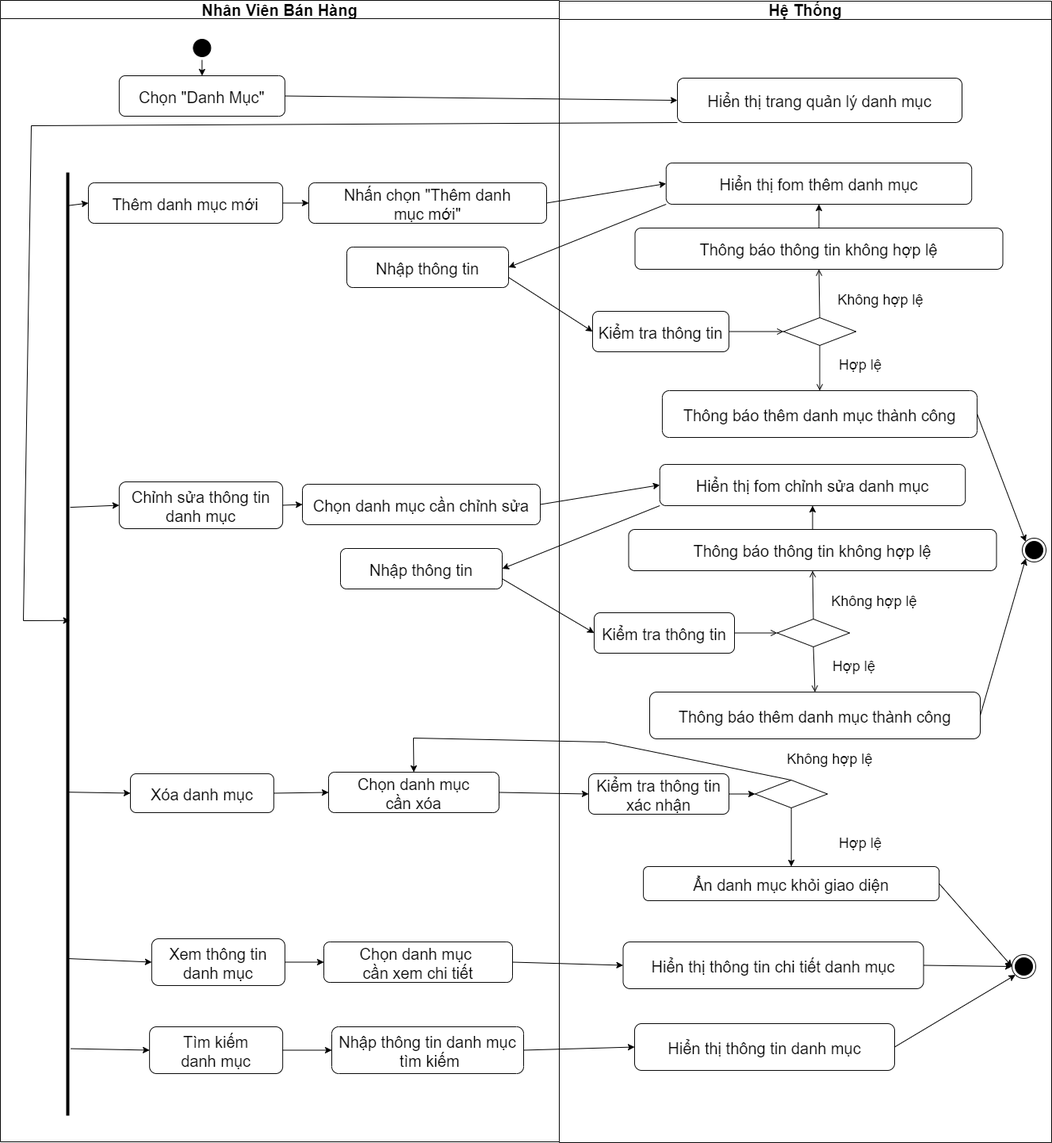
The draw.io diagram SODO/HoatDong/Quản lý danh mục.drawio.png in khuevotan/TaiCamRanh_DATN, before a commit. Source tidied: cells renumbered, new cells last; positions are measured from the earlier drawing's top-left corner, leaving out a move shared by most shapes.
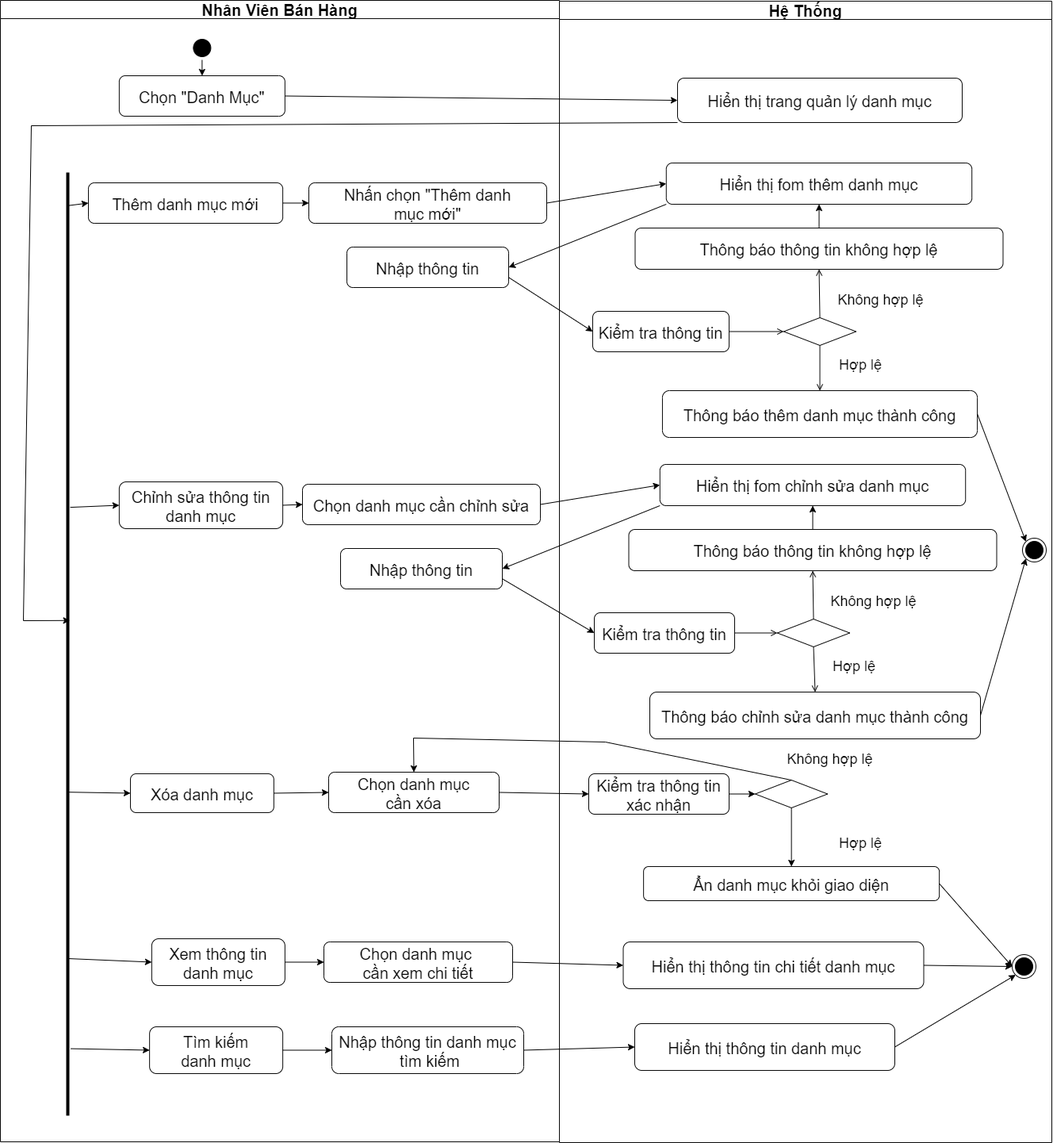
Later version of the same file.

What changed in the source:
```diff
@@ -151,7 +151,7 @@
     <mxCell id="50" value="Hợp lệ" style="text;html=1;strokeColor=none;fillColor=none;align=center;verticalAlign=middle;whiteSpace=wrap;rounded=0;fontSize=18;" parent="26" vertex="1">
       <mxGeometry x="342" y="824" width="60" height="30" as="geometry" />
     </mxCell>
-    <mxCell id="51" value="Thông báo thêm danh mục thành công" style="strokeColor=#080808;rounded=1;fontSize=20;" parent="26" vertex="1">
+    <mxCell id="51" value="Thông báo chỉnh sửa danh mục thành công" style="strokeColor=#080808;rounded=1;fontSize=20;" parent="26" vertex="1">
       <mxGeometry x="114" y="871" width="417" height="59" as="geometry" />
     </mxCell>
     <mxCell id="52" style="edgeStyle=none;strokeColor=#080808;endArrow=open;endFill=1;rounded=0;fontSize=20;exitX=0.5;exitY=1;exitDx=0;exitDy=0;entryX=0.5;entryY=0;entryDx=0;entryDy=0;" parent="26" edge="1" source="45" target="51">
```
